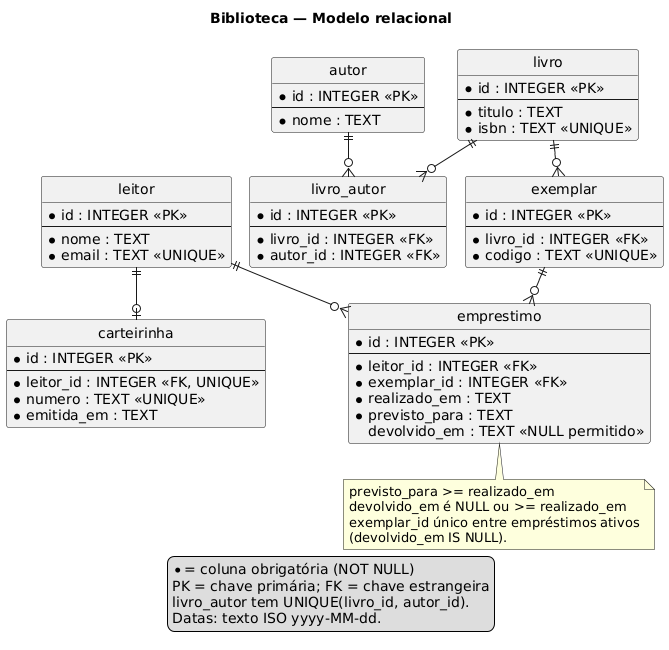
Above: diagramas/er.png in BarbaraNogueiraCS/SPD-Atividade0909 (PlantUML), before the change. Source of this version:
```plantuml
@startuml
!pragma layout smetana
title Biblioteca — Modelo relacional
hide circle
skinparam linetype ortho
entity leitor {
  * id : INTEGER <<PK>>
  --
  * nome : TEXT
  * email : TEXT <<UNIQUE>>
}
entity carteirinha {
  * id : INTEGER <<PK>>
  --
  * leitor_id : INTEGER <<FK, UNIQUE>>
  * numero : TEXT <<UNIQUE>>
  * emitida_em : TEXT
}
entity livro {
  * id : INTEGER <<PK>>
  --
  * titulo : TEXT
  * isbn : TEXT <<UNIQUE>>
}
entity autor {
  * id : INTEGER <<PK>>
  --
  * nome : TEXT
}
entity livro_autor {
  * id : INTEGER <<PK>>
  --
  * livro_id : INTEGER <<FK>>
  * autor_id : INTEGER <<FK>>
}
entity exemplar {
  * id : INTEGER <<PK>>
  --
  * livro_id : INTEGER <<FK>>
  * codigo : TEXT <<UNIQUE>>
}
entity emprestimo {
  * id : INTEGER <<PK>>
  --
  * leitor_id : INTEGER <<FK>>
  * exemplar_id : INTEGER <<FK>>
  * realizado_em : TEXT
  * previsto_para : TEXT
  devolvido_em : TEXT <<NULL permitido>>
}
leitor ||--o| carteirinha
livro ||--o{ exemplar
livro ||--o{ livro_autor
autor ||--o{ livro_autor
leitor ||--o{ emprestimo
exemplar ||--o{ emprestimo
note bottom of emprestimo
  previsto_para >= realizado_em
  devolvido_em é NULL ou >= realizado_em
  exemplar_id único entre empréstimos ativos
  (devolvido_em IS NULL).
end note
legend bottom
  * = coluna obrigatória (NOT NULL)
  PK = chave primária; FK = chave estrangeira
  livro_autor tem UNIQUE(livro_id, autor_id).
  Datas: texto ISO yyyy-MM-dd.
endlegend
@enduml
```
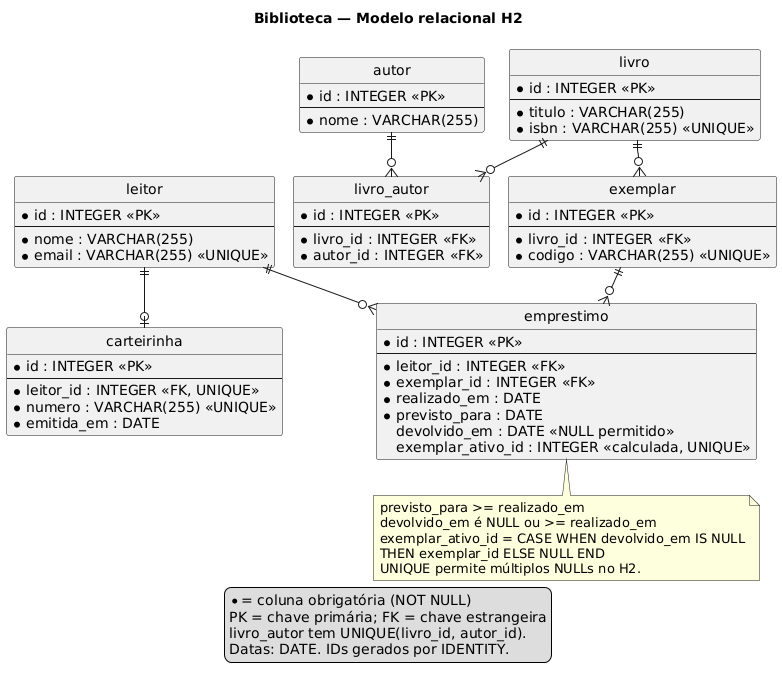
The same file after the commit.

Change to the diagram source:
```diff
@@ -1,31 +1,31 @@
 @startuml
 !pragma layout smetana
-title Biblioteca — Modelo relacional
+title Biblioteca — Modelo relacional H2
 hide circle
 skinparam linetype ortho
 entity leitor {
   * id : INTEGER <<PK>>
   --
-  * nome : TEXT
-  * email : TEXT <<UNIQUE>>
+  * nome : VARCHAR(255)
+  * email : VARCHAR(255) <<UNIQUE>>
 }
 entity carteirinha {
   * id : INTEGER <<PK>>
   --
   * leitor_id : INTEGER <<FK, UNIQUE>>
-  * numero : TEXT <<UNIQUE>>
-  * emitida_em : TEXT
+  * numero : VARCHAR(255) <<UNIQUE>>
+  * emitida_em : DATE
 }
 entity livro {
   * id : INTEGER <<PK>>
   --
-  * titulo : TEXT
-  * isbn : TEXT <<UNIQUE>>
+  * titulo : VARCHAR(255)
+  * isbn : VARCHAR(255) <<UNIQUE>>
 }
 entity autor {
   * id : INTEGER <<PK>>
   --
-  * nome : TEXT
+  * nome : VARCHAR(255)
 }
 entity livro_autor {
   * id : INTEGER <<PK>>
@@ -37,16 +37,17 @@
   * id : INTEGER <<PK>>
   --
   * livro_id : INTEGER <<FK>>
-  * codigo : TEXT <<UNIQUE>>
+  * codigo : VARCHAR(255) <<UNIQUE>>
 }
 entity emprestimo {
   * id : INTEGER <<PK>>
   --
   * leitor_id : INTEGER <<FK>>
   * exemplar_id : INTEGER <<FK>>
-  * realizado_em : TEXT
-  * previsto_para : TEXT
-  devolvido_em : TEXT <<NULL permitido>>
+  * realizado_em : DATE
+  * previsto_para : DATE
+  devolvido_em : DATE <<NULL permitido>>
+  exemplar_ativo_id : INTEGER <<calculada, UNIQUE>>
 }
 leitor ||--o| carteirinha
 livro ||--o{ exemplar
@@ -57,13 +58,14 @@
 note bottom of emprestimo
   previsto_para >= realizado_em
   devolvido_em é NULL ou >= realizado_em
-  exemplar_id único entre empréstimos ativos
-  (devolvido_em IS NULL).
+  exemplar_ativo_id = CASE WHEN devolvido_em IS NULL
+  THEN exemplar_id ELSE NULL END
+  UNIQUE permite múltiplos NULLs no H2.
 end note
 legend bottom
   * = coluna obrigatória (NOT NULL)
   PK = chave primária; FK = chave estrangeira
   livro_autor tem UNIQUE(livro_id, autor_id).
-  Datas: texto ISO yyyy-MM-dd.
+  Datas: DATE. IDs gerados por IDENTITY.
 endlegend
 @enduml
```
